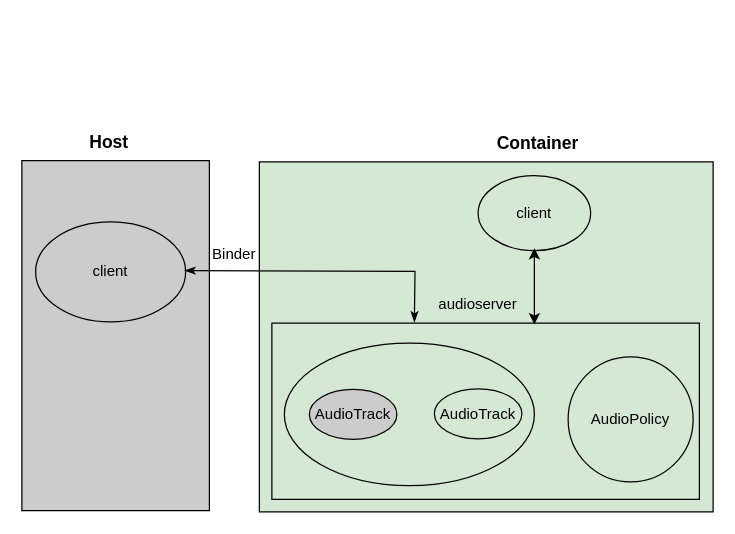
The draw.io diagram 双系统2.0音频.drawio in weiyihz/aapt, before the edit. Source tidied: cells renumbered, new cells numbered last; positions are measured from the earlier drawing's top-left corner, leaving out a move shared by most shapes. Both pictures are drawn from the tidied source at 125%, with x=0, y=0 at pixel (21, 22).
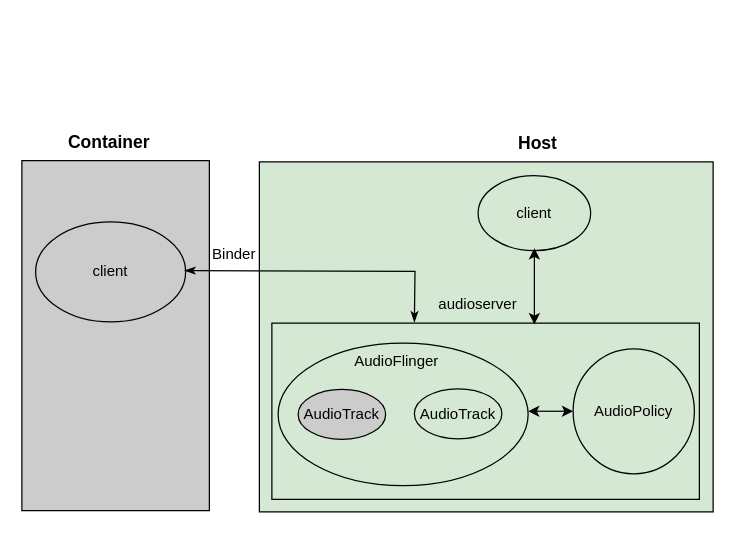
After the change.

Commit message:
Update 双系统2.0音频.drawio

What changed in the source:
```diff
@@
-    <mxCell id="4" value="&lt;font style=&quot;font-size: 14px;&quot;&gt;&lt;b&gt;Host&lt;/b&gt;&lt;/font&gt;" style="text;html=1;align=center;verticalAlign=middle;whiteSpace=wrap;rounded=0;" parent="1" vertex="1">
+    <mxCell id="4" value="&lt;font style=&quot;font-size: 14px;&quot;&gt;&lt;b&gt;Container&lt;/b&gt;&lt;/font&gt;" style="text;html=1;align=center;verticalAlign=middle;whiteSpace=wrap;rounded=0;" parent="1" vertex="1">
       <mxGeometry x="40" y="80" width="60" height="30" as="geometry" />
     </mxCell>
-    <mxCell id="5" value="&lt;font style=&quot;font-size: 14px;&quot;&gt;&lt;b&gt;Container&lt;/b&gt;&lt;/font&gt;" style="text;html=1;align=center;verticalAlign=middle;whiteSpace=wrap;rounded=0;" parent="1" vertex="1">
+    <mxCell id="5" value="&lt;font style=&quot;font-size: 14px;&quot;&gt;&lt;b&gt;Host&lt;/b&gt;&lt;/font&gt;" style="text;html=1;align=center;verticalAlign=middle;whiteSpace=wrap;rounded=0;" parent="1" vertex="1">
       <mxGeometry x="383" y="81" width="60" height="30" as="geometry" />
     </mxCell>
@@
     <mxCell id="10" style="ellipse;whiteSpace=wrap;html=1;fillColor=#D5E8D4;" parent="1" vertex="1">
-      <mxGeometry x="210" y="256" width="200" height="114" as="geometry" />
+      <mxGeometry x="205" y="256" width="200" height="114" as="geometry" />
     </mxCell>
     <mxCell id="11" value="AudioPolicy" style="ellipse;whiteSpace=wrap;html=1;fillColor=#D5E8D4;" parent="1" vertex="1">
-      <mxGeometry x="437" y="267" width="100" height="100" as="geometry" />
+      <mxGeometry x="441" y="260.5" width="97" height="100" as="geometry" />
     </mxCell>
@@
     <mxCell id="16" value="AudioTrack" style="ellipse;whiteSpace=wrap;html=1;fillColor=#CCCCCC;" parent="1" vertex="1">
-      <mxGeometry x="230" y="293" width="70" height="40" as="geometry" />
+      <mxGeometry x="221" y="293" width="70" height="40" as="geometry" />
     </mxCell>
     <mxCell id="17" value="AudioTrack" style="ellipse;whiteSpace=wrap;html=1;fillColor=#D5E8D4;" parent="1" vertex="1">
-      <mxGeometry x="330" y="292.5" width="70" height="40" as="geometry" />
+      <mxGeometry x="314" y="292.5" width="70" height="40" as="geometry" />
     </mxCell>
+    <mxCell id="18" value="AudioFlinger" style="text;html=1;align=center;verticalAlign=middle;whiteSpace=wrap;rounded=0;" parent="1" vertex="1">
+      <mxGeometry x="270" y="256" width="60" height="30" as="geometry" />
+    </mxCell>
+    <mxCell id="19" style="endArrow=classic;startArrow=classic;html=1;rounded=0;" parent="1" edge="1" target="11">
+      <mxGeometry relative="1" as="geometry">
+        <mxPoint x="405" y="310.5" as="sourcePoint" />
+      </mxGeometry>
+    </mxCell>
```
